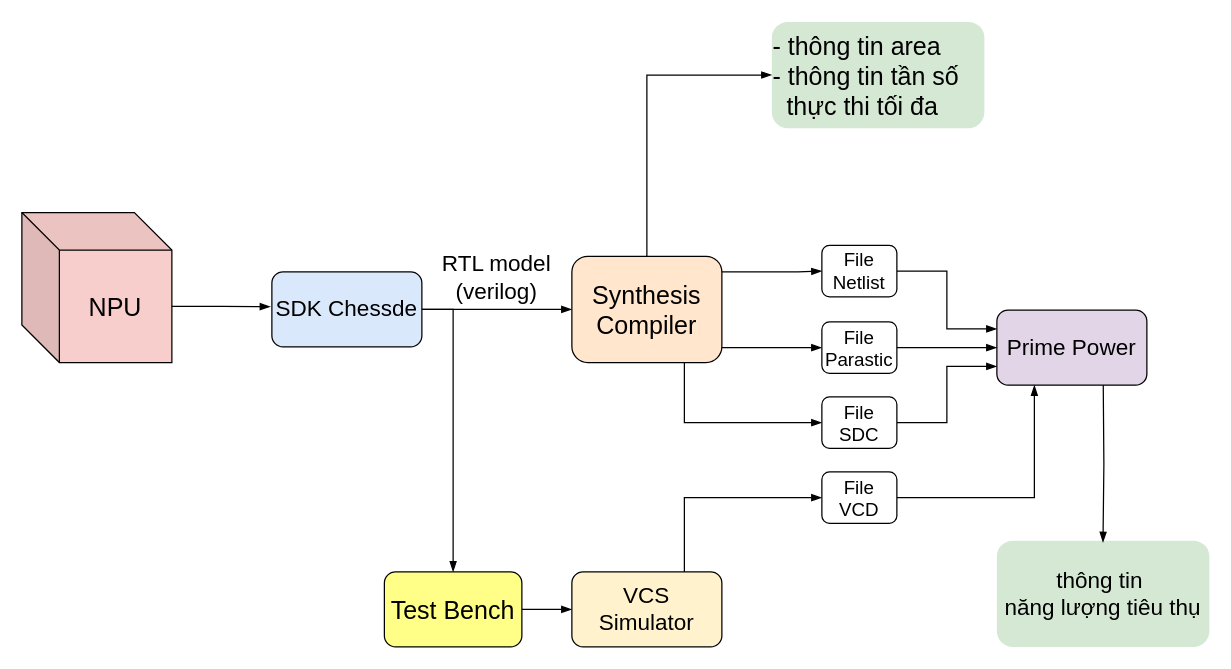
Before: page "Page-1" (1 of 3) of Synthesis.drawio in hoangtv2000/document-collection, a draw.io diagram. Source tidied: cells renumbered, new cells numbered last; positions are measured from the earlier drawing's top-left corner, leaving out a move shared by most shapes. Both pictures are drawn from the tidied source at 125%, with x=0, y=0 at pixel (21, 21).
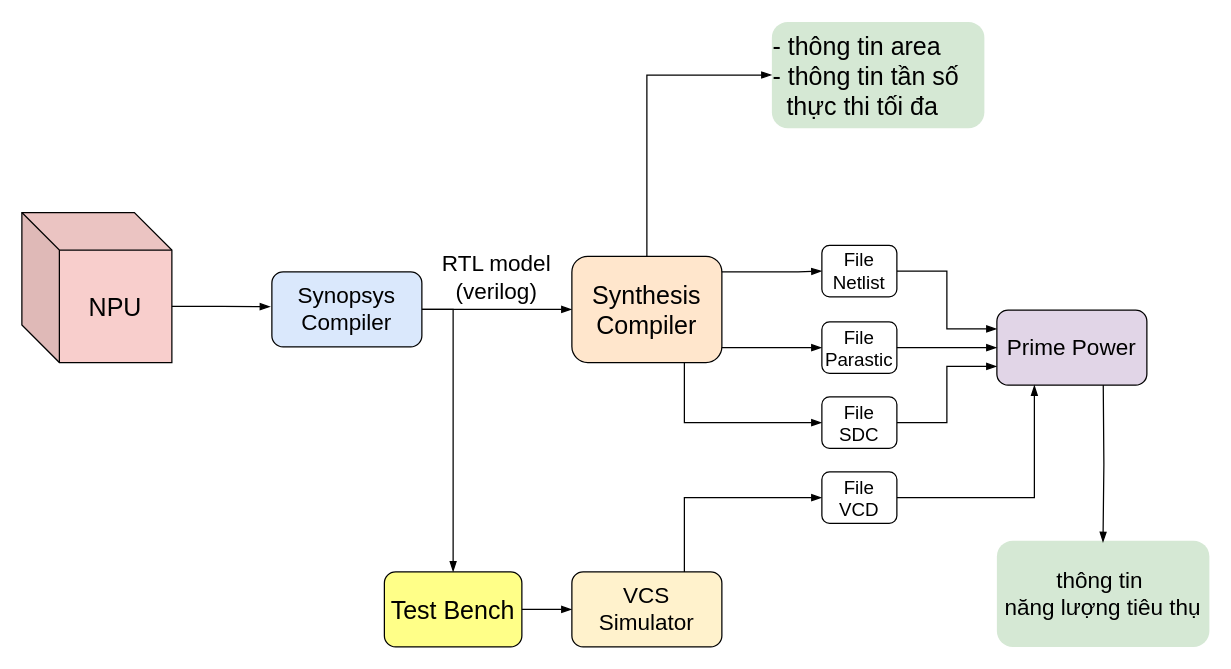
Above is the later version.

Diff of the diagram source:
```diff
@@
-    <mxCell id="5" value="&lt;font style=&quot;font-size: 18px;&quot;&gt;SDK Chessde&lt;/font&gt;" style="rounded=1;whiteSpace=wrap;html=1;fillColor=#dae8fc;strokeColor=default;" parent="1" vertex="1">
+    <mxCell id="5" value="&lt;font style=&quot;font-size: 18px;&quot;&gt;Synopsys&lt;/font&gt;&lt;div&gt;&lt;font style=&quot;font-size: 18px;&quot;&gt;Compiler&lt;/font&gt;&lt;/div&gt;" style="rounded=1;whiteSpace=wrap;html=1;fillColor=#dae8fc;strokeColor=default;" parent="1" vertex="1">
       <mxGeometry x="200" y="200" width="120" height="60" as="geometry" />
     </mxCell>
```
